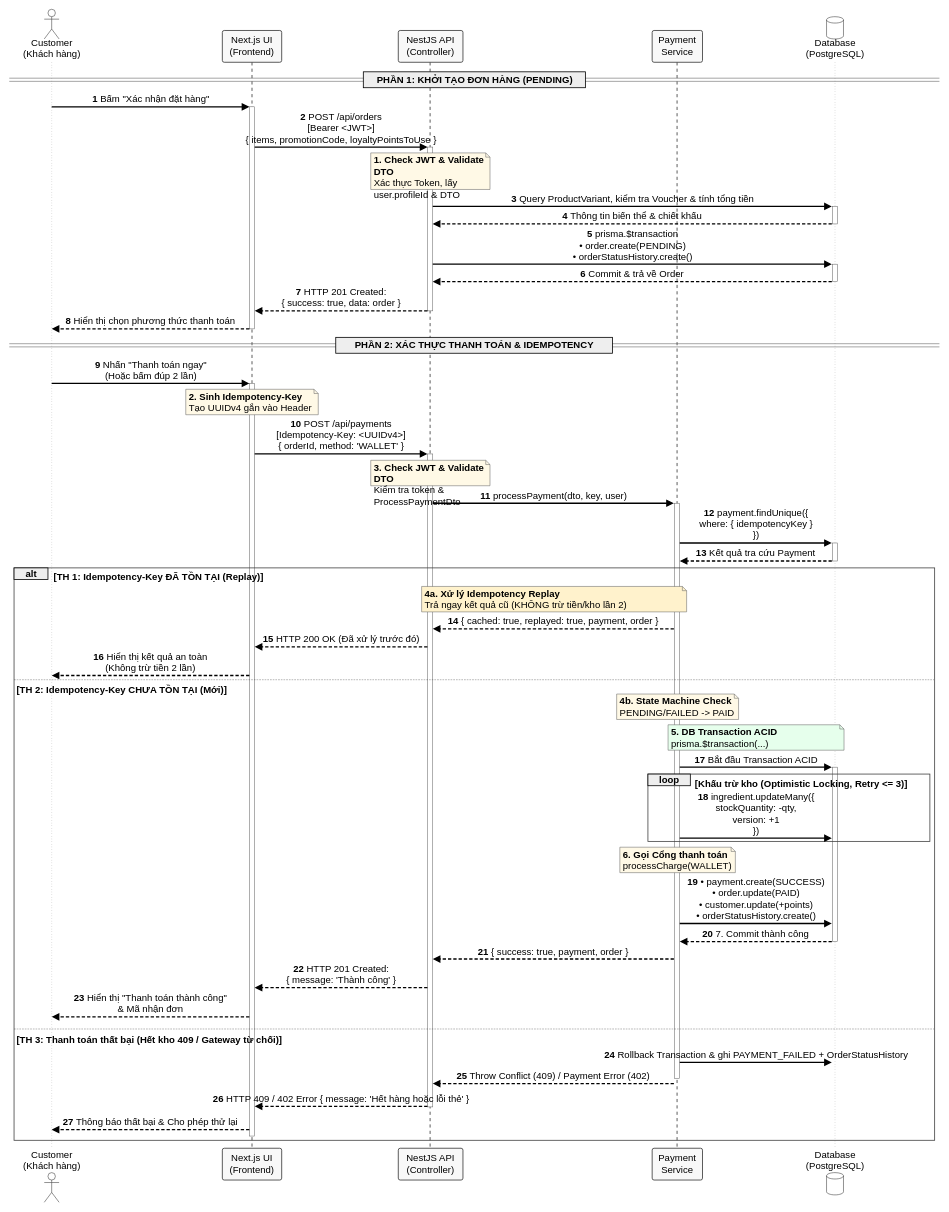
Earlier version of the draw.io diagram docs/sequence.drawio (hanhdevsgu/BrewLite-Assignment2). Source tidied: cells renumbered, new cells numbered last; positions are measured from the earlier drawing's top-left corner, leaving out a move shared by most shapes. Both pictures are drawn from the tidied source at 53%, with x=0, y=0 at pixel (9, 9).
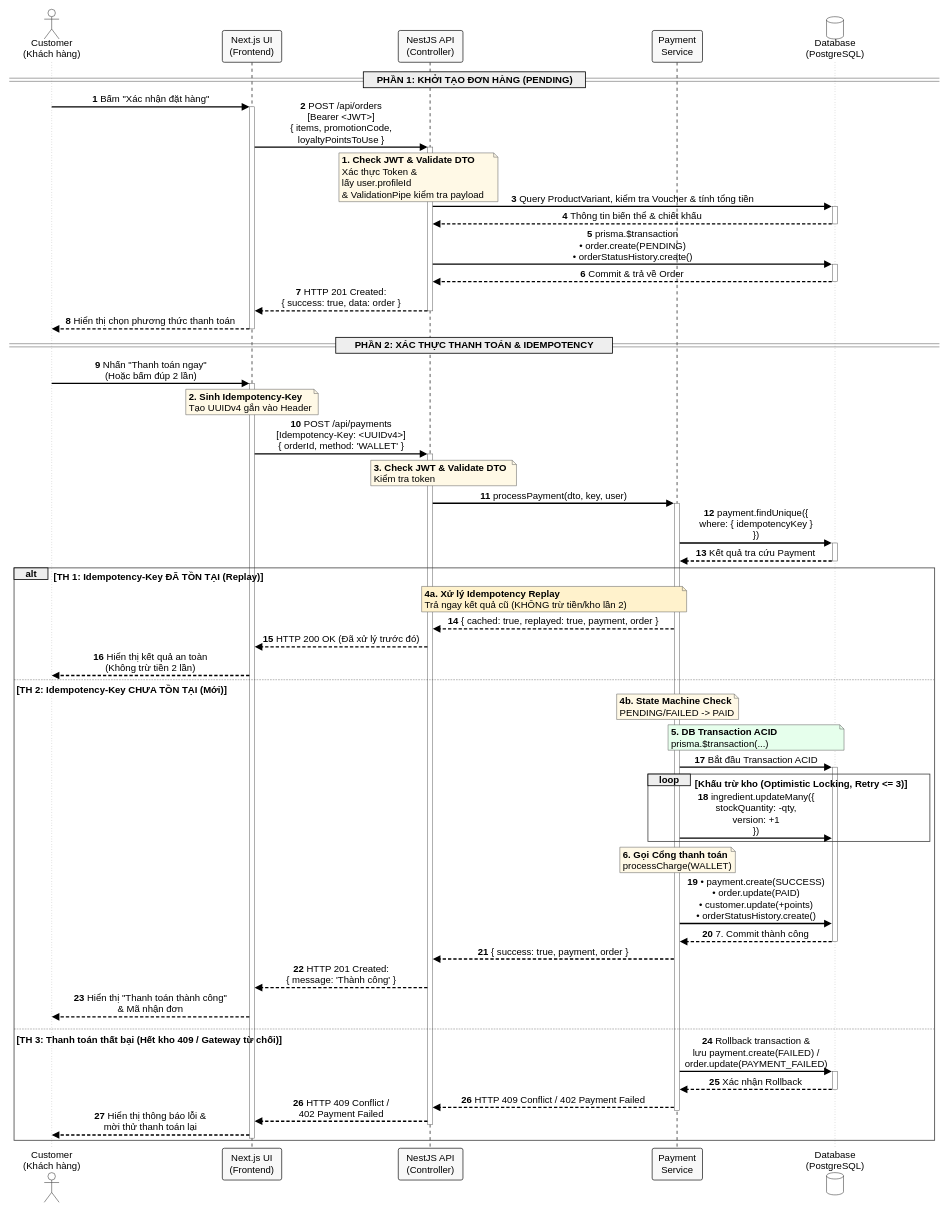
The same diagram, later.

Commit message (it also covers changes not shown here):
docs(sequence): update sequence.drawio and Sequence_Diagram.png from Downloads

Change to the diagram source:
```diff
@@
     <mxCell id="22" style="html=1;fillColor=#ffffff;strokeColor=#666666;" parent="1" vertex="1">
-      <mxGeometry x="453" y="706" width="10" height="1420" as="geometry" />
+      <mxGeometry x="453" y="706" width="10" height="1424" as="geometry" />
     </mxCell>
@@
     <mxCell id="24" style="html=1;fillColor=#ffffff;strokeColor=#666666;" parent="1" vertex="1">
-      <mxGeometry x="789" y="839" width="10" height="1232" as="geometry" />
+      <mxGeometry x="789" y="839" width="10" height="1265" as="geometry" />
     </mxCell>
     <mxCell id="25" style="html=1;fillColor=#ffffff;strokeColor=#666666;" parent="1" vertex="1">
-      <mxGeometry x="1255" y="932" width="10" height="1085" as="geometry" />
+      <mxGeometry x="1255" y="932" width="10" height="1146" as="geometry" />
     </mxCell>
@@
+    <mxCell id="80" style="html=1;fillColor=#ffffff;strokeColor=#666666;" parent="1" vertex="1">
+      <mxGeometry x="1553" y="2004" width="10" height="34" as="geometry" />
+    </mxCell>
@@
-    <mxCell id="45" value="&lt;b&gt;2&lt;/b&gt; POST /api/orders&lt;br&gt;[Bearer &amp;lt;JWT&amp;gt;]&lt;br&gt;{ items, promotionCode, loyaltyPointsToUse }" style="html=1;endArrow=block;endFill=1;endSize=8;verticalAlign=bottom;labelBackgroundColor=none;strokeColor=#000000;strokeWidth=2.5;fontSize=18;" parent="1" edge="1">
+    <mxCell id="45" value="&lt;b&gt;2&lt;/b&gt; POST /api/orders&lt;br&gt;[Bearer &amp;lt;JWT&amp;gt;]&lt;br&gt;{ items, promotionCode,&lt;br&gt;loyaltyPointsToUse }" style="html=1;endArrow=block;endFill=1;endSize=8;verticalAlign=bottom;labelBackgroundColor=none;strokeColor=#000000;strokeWidth=2.5;fontSize=18;" parent="1" edge="1">
       <mxGeometry relative="1" as="geometry">
         <mxPoint x="463" y="260" as="sourcePoint" />
         <mxPoint x="789" y="260" as="targetPoint" />
       </mxGeometry>
     </mxCell>
@@
-    <mxCell id="67" value="&lt;b&gt;1. Check JWT &amp;amp; Validate DTO&lt;/b&gt;&lt;br&gt;Xác thực Token, lấy user.profileId &amp;amp; DTO" style="shape=note;size=8;whiteSpace=wrap;html=1;align=left;verticalAlign=top;spacingLeft=4;spacingTop=-3;fillColor=#fff9e6;strokeColor=#666666;fontSize=18;" parent="1" vertex="1">
-      <mxGeometry x="682" y="271" width="225" height="69" as="geometry" />
+    <mxCell id="67" value="&lt;b&gt;1. Check JWT &amp;amp; Validate DTO&lt;/b&gt;&lt;br&gt;Xác thực Token &amp;amp;&lt;br&gt;lấy user.profileId&lt;br&gt;&amp;amp; ValidationPipe kiểm tra payload" style="shape=note;size=8;whiteSpace=wrap;html=1;align=left;verticalAlign=top;spacingLeft=4;spacingTop=-3;fillColor=#fff9e6;strokeColor=#666666;fontSize=18;" parent="1" vertex="1">
+      <mxGeometry x="622" y="271" width="300" height="92" as="geometry" />
     </mxCell>
@@
-    <mxCell id="69" value="&lt;b&gt;3. Check JWT &amp;amp; Validate DTO&lt;/b&gt;&lt;br&gt;Kiểm tra token &amp;amp; ProcessPaymentDto" style="shape=note;size=8;whiteSpace=wrap;html=1;align=left;verticalAlign=top;spacingLeft=4;spacingTop=-3;fillColor=#fff9e6;strokeColor=#666666;fontSize=18;" parent="1" vertex="1">
-      <mxGeometry x="682" y="851" width="225" height="48" as="geometry" />
+    <mxCell id="69" value="&lt;b&gt;3. Check JWT &amp;amp; Validate DTO&lt;/b&gt;&lt;br&gt;Kiểm tra token" style="shape=note;size=8;whiteSpace=wrap;html=1;align=left;verticalAlign=top;spacingLeft=4;spacingTop=-3;fillColor=#fff9e6;strokeColor=#666666;fontSize=18;" parent="1" vertex="1">
+      <mxGeometry x="682" y="851" width="275" height="48" as="geometry" />
     </mxCell>
@@
-    <mxCell id="76" value="&lt;b&gt;24&lt;/b&gt; Rollback Transaction &amp;amp; ghi PAYMENT_FAILED + OrderStatusHistory" style="html=1;endArrow=block;endFill=1;endSize=8;verticalAlign=bottom;labelBackgroundColor=none;strokeColor=#000000;strokeWidth=2.5;fontSize=18;" parent="1" edge="1">
+    <mxCell id="76" value="&lt;b&gt;24&lt;/b&gt; Rollback transaction &amp;amp;&lt;br&gt;lưu payment.create(FAILED) /&lt;br&gt;order.update(PAYMENT_FAILED)" style="html=1;endArrow=block;endFill=1;endSize=8;verticalAlign=bottom;labelBackgroundColor=none;strokeColor=#000000;strokeWidth=2.5;fontSize=18;" parent="1" edge="1">
       <mxGeometry relative="1" as="geometry">
-        <mxPoint x="1265" y="1987" as="sourcePoint" />
-        <mxPoint x="1552" y="1987" as="targetPoint" />
+        <mxPoint x="1265" y="2004" as="sourcePoint" />
+        <mxPoint x="1552" y="2004" as="targetPoint" />
       </mxGeometry>
     </mxCell>
+    <mxCell id="81" value="&lt;b&gt;25&lt;/b&gt; Xác nhận Rollback" style="html=1;endArrow=block;endFill=1;endSize=8;verticalAlign=bottom;labelBackgroundColor=none;strokeColor=#000000;strokeWidth=2.5;fontSize=18;dashed=1;dashPattern=2.5 1.5;" parent="1" edge="1">
+      <mxGeometry relative="1" as="geometry">
+        <mxPoint x="1552" y="2038" as="sourcePoint" />
+        <mxPoint x="1265" y="2038" as="targetPoint" />
+      </mxGeometry>
+    </mxCell>
-    <mxCell id="77" value="&lt;b&gt;25&lt;/b&gt; Throw Conflict (409) / Payment Error (402)" style="html=1;endArrow=block;endFill=1;endSize=8;verticalAlign=bottom;labelBackgroundColor=none;strokeColor=#000000;strokeWidth=2.5;fontSize=18;dashed=1;dashPattern=2.5 1.5;" parent="1" edge="1">
+    <mxCell id="77" value="&lt;b&gt;26&lt;/b&gt; HTTP 409 Conflict / 402 Payment Failed" style="html=1;endArrow=block;endFill=1;endSize=8;verticalAlign=bottom;labelBackgroundColor=none;strokeColor=#000000;strokeWidth=2.5;fontSize=18;dashed=1;dashPattern=2.5 1.5;" parent="1" edge="1">
       <mxGeometry relative="1" as="geometry">
-        <mxPoint x="1254" y="2027" as="sourcePoint" />
-        <mxPoint x="799" y="2027" as="targetPoint" />
+        <mxPoint x="1254" y="2072" as="sourcePoint" />
+        <mxPoint x="799" y="2072" as="targetPoint" />
       </mxGeometry>
     </mxCell>
-    <mxCell id="78" value="&lt;b&gt;26&lt;/b&gt; HTTP 409 / 402 Error { message: 'Hết hàng hoặc lỗi thẻ' }" style="html=1;endArrow=block;endFill=1;endSize=8;verticalAlign=bottom;labelBackgroundColor=none;strokeColor=#000000;strokeWidth=2.5;fontSize=18;dashed=1;dashPattern=2.5 1.5;" parent="1" edge="1">
+    <mxCell id="78" value="&lt;b&gt;26&lt;/b&gt; HTTP 409 Conflict /&lt;br&gt;402 Payment Failed" style="html=1;endArrow=block;endFill=1;endSize=8;verticalAlign=bottom;labelBackgroundColor=none;strokeColor=#000000;strokeWidth=2.5;fontSize=18;dashed=1;dashPattern=2.5 1.5;" parent="1" edge="1">
       <mxGeometry relative="1" as="geometry">
-        <mxPoint x="789" y="2070" as="sourcePoint" />
-        <mxPoint x="463" y="2070" as="targetPoint" />
+        <mxPoint x="789" y="2098" as="sourcePoint" />
+        <mxPoint x="463" y="2098" as="targetPoint" />
       </mxGeometry>
     </mxCell>
-    <mxCell id="79" value="&lt;b&gt;27&lt;/b&gt; Thông báo thất bại &amp;amp; Cho phép thử lại" style="html=1;endArrow=block;endFill=1;endSize=8;verticalAlign=bottom;labelBackgroundColor=none;strokeColor=#000000;strokeWidth=2.5;fontSize=18;dashed=1;dashPattern=2.5 1.5;" parent="1" edge="1">
+    <mxCell id="79" value="&lt;b&gt;27&lt;/b&gt; Hiển thị thông báo lỗi &amp;amp;&lt;br&gt;mời thử thanh toán lại" style="html=1;endArrow=block;endFill=1;endSize=8;verticalAlign=bottom;labelBackgroundColor=none;strokeColor=#000000;strokeWidth=2.5;fontSize=18;dashed=1;dashPattern=2.5 1.5;" parent="1" edge="1">
       <mxGeometry relative="1" as="geometry">
-        <mxPoint x="453" y="2114" as="sourcePoint" />
-        <mxPoint x="80" y="2114" as="targetPoint" />
+        <mxPoint x="453" y="2124" as="sourcePoint" />
+        <mxPoint x="80" y="2124" as="targetPoint" />
       </mxGeometry>
     </mxCell>
```
